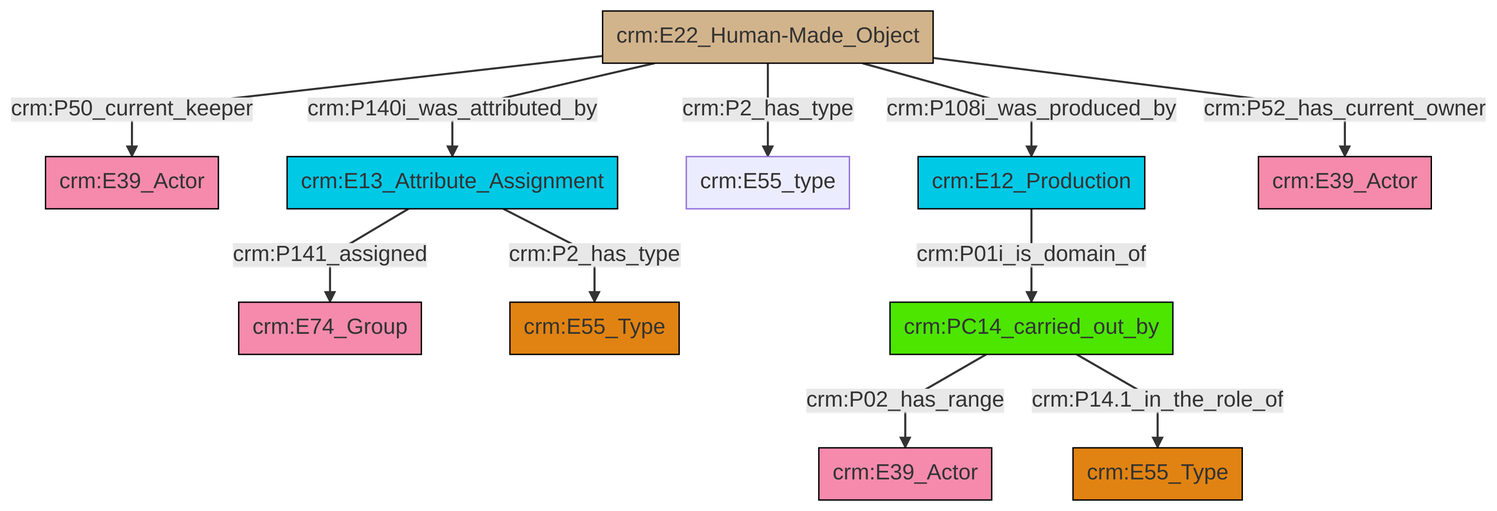
Before: et/artworkCSV/ttl/mmd/png/Artwork_Actor_Relations.png, a diagram exported from Mermaid (swiss-art-research-net/reference-data-models). Its source is kept beside it as et/artworkCSV/ttl/mmd/Artwork_Actor_Relations.ttl.mmd.
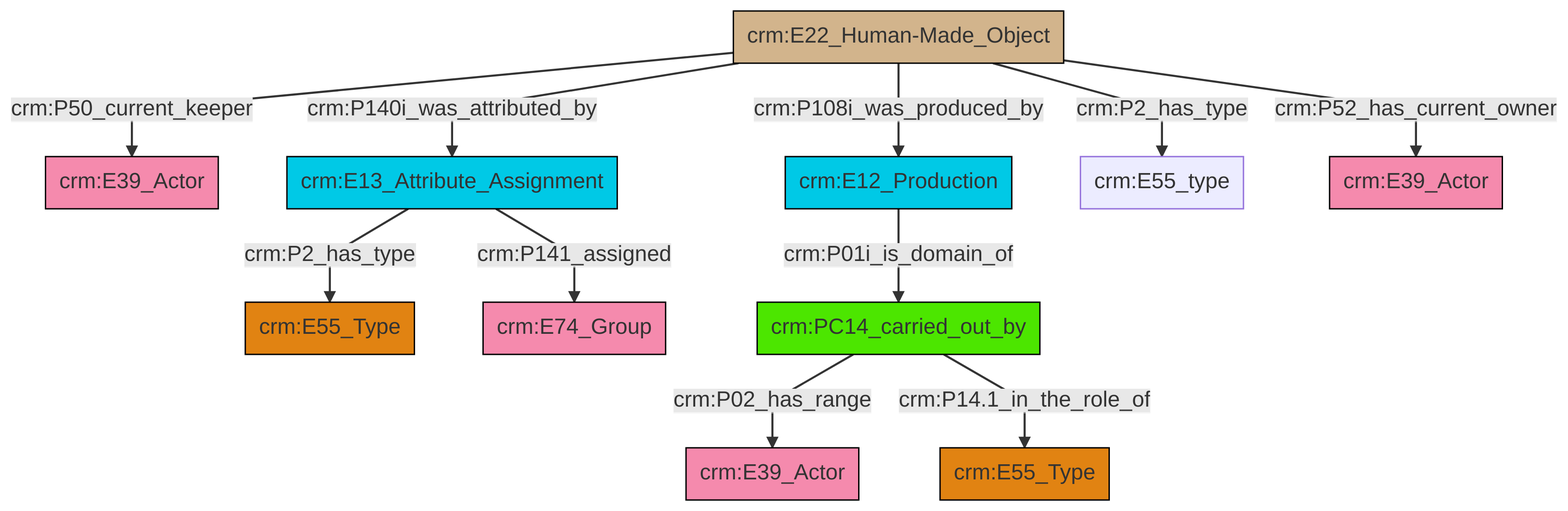
Later version of the same file.

Diff of the diagram source:
```diff
@@ -13,13 +13,13 @@
 classDef PC_Classes fill:#4ce600, stroke:#000000;
 classDef Multi fill:#cccccc,stroke:#000000;
 
-4["crm:PC14_carried_out_by"]:::PC_Classes -->|crm:P02_has_range| 6["crm:E39_Actor"]:::Actor
-9["crm:E22_Human-Made_Object"]:::Physical_Thing -->|crm:P50_current_keeper| 10["crm:E39_Actor"]:::Actor
-2["crm:E13_Attribute_Assignment"]:::Temporal_Entity -->|crm:P141_assigned| 13["crm:E74_Group"]:::Actor
-4["crm:PC14_carried_out_by"]:::PC_Classes -->|crm:P14.1_in_the_role_of| 14["crm:E55_Type"]:::Type
-9["crm:E22_Human-Made_Object"]:::Physical_Thing -->|crm:P140i_was_attributed_by| 2["crm:E13_Attribute_Assignment"]:::Temporal_Entity
-2["crm:E13_Attribute_Assignment"]:::Temporal_Entity -->|crm:P2_has_type| 0["crm:E55_Type"]:::Type
-17["crm:E12_Production"]:::Temporal_Entity -->|crm:P01i_is_domain_of| 4["crm:PC14_carried_out_by"]:::PC_Classes
-9["crm:E22_Human-Made_Object"]:::Physical_Thing -->|crm:P2_has_type| 7["crm:E55_type"]:::Default
-9["crm:E22_Human-Made_Object"]:::Physical_Thing -->|crm:P108i_was_produced_by| 17["crm:E12_Production"]:::Temporal_Entity
-9["crm:E22_Human-Made_Object"]:::Physical_Thing -->|crm:P52_has_current_owner| 15["crm:E39_Actor"]:::Actor
+0["crm:E22_Human-Made_Object"]:::Physical_Thing -->|crm:P50_current_keeper| 1["crm:E39_Actor"]:::Actor
+0["crm:E22_Human-Made_Object"]:::Physical_Thing -->|crm:P140i_was_attributed_by| 2["crm:E13_Attribute_Assignment"]:::Temporal_Entity
+2["crm:E13_Attribute_Assignment"]:::Temporal_Entity -->|crm:P141_assigned| 8["crm:E74_Group"]:::Actor
+10["crm:E12_Production"]:::Temporal_Entity -->|crm:P01i_is_domain_of| 14["crm:PC14_carried_out_by"]:::PC_Classes
+0["crm:E22_Human-Made_Object"]:::Physical_Thing -->|crm:P108i_was_produced_by| 10["crm:E12_Production"]:::Temporal_Entity
+14["crm:PC14_carried_out_by"]:::PC_Classes -->|crm:P02_has_range| 12["crm:E39_Actor"]:::Actor
+2["crm:E13_Attribute_Assignment"]:::Temporal_Entity -->|crm:P2_has_type| 5["crm:E55_Type"]:::Type
+14["crm:PC14_carried_out_by"]:::PC_Classes -->|crm:P14.1_in_the_role_of| 3["crm:E55_Type"]:::Type
+0["crm:E22_Human-Made_Object"]:::Physical_Thing -->|crm:P2_has_type| 17["crm:E55_type"]:::Default
+0["crm:E22_Human-Made_Object"]:::Physical_Thing -->|crm:P52_has_current_owner| 19["crm:E39_Actor"]:::Actor
```
